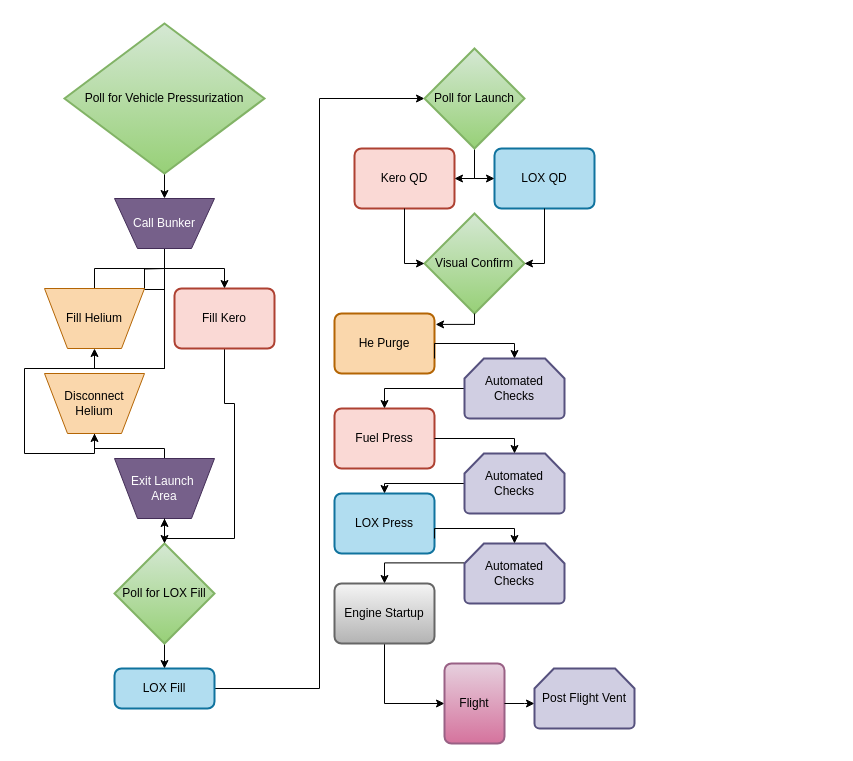
Earlier version of the draw.io diagram P&IDs/Icarus Launch CONOPS.drawio (hamelethan-1/PARSEC-Icarus-Prop-Feed). Source tidied: cells renumbered, new cells numbered last; positions are measured from the earlier drawing's top-left corner, leaving out a move shared by most shapes. Both pictures are drawn from the tidied source at 100%, with x=0, y=0 at pixel (44, 23).
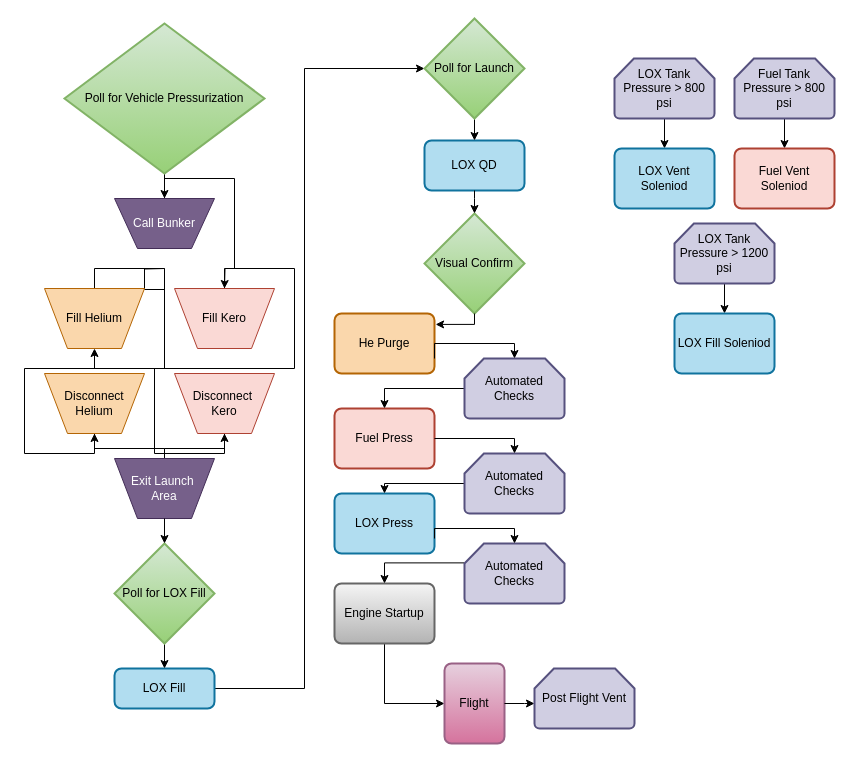
The same page after the edit.

The change refers to these unchanged cells:
```xml
<mxCell id="8" value="LOX Fill" style="rounded=1;whiteSpace=wrap;html=1;absoluteArcSize=1;arcSize=14;strokeWidth=2;fillColor=#b1ddf0;strokeColor=#10739e;" parent="1" vertex="1">
  <mxGeometry x="70" y="645" width="100" height="40" as="geometry" />
</mxCell>
<mxCell id="13" value="Exit Launch&amp;nbsp;&lt;div&gt;Area&lt;/div&gt;" style="verticalLabelPosition=middle;verticalAlign=middle;html=1;shape=trapezoid;perimeter=trapezoidPerimeter;whiteSpace=wrap;size=0.23;arcSize=10;flipV=1;labelPosition=center;align=center;legacyAnchorPoints=0;fillColor=#76608a;fontColor=#ffffff;strokeColor=#432D57;" parent="1" vertex="1">
  <mxGeometry x="70" y="435" width="100" height="60" as="geometry" />
</mxCell>
<mxCell id="26" value="Visual Confirm" style="strokeWidth=2;html=1;shape=mxgraph.flowchart.decision;whiteSpace=wrap;fillColor=#d5e8d4;gradientColor=#97d077;strokeColor=#82b366;" parent="1" vertex="1">
  <mxGeometry x="380" y="190" width="100" height="100" as="geometry" />
</mxCell>
<mxCell id="43" value="Call Bunker" style="verticalLabelPosition=middle;verticalAlign=middle;html=1;shape=trapezoid;perimeter=trapezoidPerimeter;whiteSpace=wrap;size=0.23;arcSize=10;flipV=1;labelPosition=center;align=center;legacyAnchorPoints=0;fillColor=#76608a;fontColor=#ffffff;strokeColor=#432D57;" parent="1" vertex="1">
  <mxGeometry x="70" y="175" width="100" height="50" as="geometry" />
</mxCell>
```

What changed in the source:
```diff
@@
-    <mxCell id="4" style="edgeStyle=orthogonalEdgeStyle;rounded=0;jettySize=auto;html=1;exitX=0.5;exitY=1;exitDx=0;exitDy=0;entryX=0.5;entryY=1;entryDx=0;entryDy=0;defaultLabelBackgroundColor=page;" parent="1" edge="1" source="5" target="13">
-      <mxGeometry relative="1" as="geometry" />
+    <mxCell id="4" style="edgeStyle=orthogonalEdgeStyle;rounded=0;jettySize=auto;html=1;exitX=0.5;exitY=0;exitDx=0;exitDy=0;entryX=0.5;entryY=1;entryDx=0;entryDy=0;defaultLabelBackgroundColor=page;" parent="1" edge="1" source="55" target="13">
+      <mxGeometry relative="1" as="geometry">
+        <Array as="points">
+          <mxPoint x="180" y="425" />
+          <mxPoint x="120" y="425" />
+        </Array>
+      </mxGeometry>
     </mxCell>
-    <mxCell id="5" value="Fill Kero" style="rounded=1;whiteSpace=wrap;html=1;absoluteArcSize=1;arcSize=14;strokeWidth=2;fillColor=#fad9d5;strokeColor=#ae4132;" parent="1" vertex="1">
-      <mxGeometry x="130" y="265" width="100" height="60" as="geometry" />
-    </mxCell>
@@
     <mxCell id="7" style="edgeStyle=orthogonalEdgeStyle;rounded=0;jettySize=auto;html=1;exitX=1;exitY=0.5;exitDx=0;exitDy=0;defaultLabelBackgroundColor=page;entryX=0;entryY=0.5;entryDx=0;entryDy=0;entryPerimeter=0;" parent="1" edge="1" source="8" target="20">
-      <mxGeometry relative="1" as="geometry" />
+      <mxGeometry relative="1" as="geometry">
+        <Array as="points">
+          <mxPoint x="260" y="665" />
+          <mxPoint x="260" y="45" />
+        </Array>
+      </mxGeometry>
     </mxCell>
@@
     <mxCell id="14" value="LOX QD" style="rounded=1;whiteSpace=wrap;html=1;absoluteArcSize=1;arcSize=14;strokeWidth=2;fillColor=#b1ddf0;strokeColor=#10739e;" parent="1" vertex="1">
-      <mxGeometry x="450" y="125" width="100" height="60" as="geometry" />
+      <mxGeometry x="380" y="117" width="100" height="50" as="geometry" />
     </mxCell>
-    <mxCell id="15" value="Kero QD" style="rounded=1;whiteSpace=wrap;html=1;absoluteArcSize=1;arcSize=14;strokeWidth=2;fillColor=#fad9d5;strokeColor=#ae4132;" parent="1" vertex="1">
-      <mxGeometry x="310" y="125" width="100" height="60" as="geometry" />
-    </mxCell>
@@
-    <mxCell id="18" style="edgeStyle=orthogonalEdgeStyle;rounded=0;jettySize=auto;html=1;exitX=0.5;exitY=1;exitDx=0;exitDy=0;exitPerimeter=0;entryX=1;entryY=0.5;entryDx=0;entryDy=0;defaultLabelBackgroundColor=page;" parent="1" edge="1" source="20" target="15">
-      <mxGeometry relative="1" as="geometry">
-        <Array as="points">
-          <mxPoint x="430" y="155" />
-        </Array>
-      </mxGeometry>
-    </mxCell>
-    <mxCell id="19" style="edgeStyle=orthogonalEdgeStyle;rounded=0;jettySize=auto;html=1;entryX=0;entryY=0.5;entryDx=0;entryDy=0;defaultLabelBackgroundColor=page;" parent="1" edge="1" source="20" target="14">
+    <mxCell id="19" style="edgeStyle=orthogonalEdgeStyle;rounded=0;jettySize=auto;html=1;entryX=0.5;entryY=0;entryDx=0;entryDy=0;defaultLabelBackgroundColor=page;" parent="1" edge="1" source="20" target="14">
       <mxGeometry relative="1" as="geometry" />
     </mxCell>
     <mxCell id="20" value="Poll for Launch" style="strokeWidth=2;html=1;shape=mxgraph.flowchart.decision;whiteSpace=wrap;fillColor=#d5e8d4;gradientColor=#97d077;strokeColor=#82b366;" parent="1" vertex="1">
-      <mxGeometry x="380" y="25" width="100" height="100" as="geometry" />
+      <mxGeometry x="380" y="-5" width="100" height="100" as="geometry" />
     </mxCell>
@@
-    <mxCell id="32" style="edgeStyle=orthogonalEdgeStyle;rounded=0;jettySize=auto;html=1;entryX=0;entryY=0.5;entryDx=0;entryDy=0;entryPerimeter=0;defaultLabelBackgroundColor=page;" parent="1" edge="1" source="15" target="26">
-      <mxGeometry relative="1" as="geometry" />
-    </mxCell>
-    <mxCell id="33" style="edgeStyle=orthogonalEdgeStyle;rounded=0;jettySize=auto;html=1;entryX=1;entryY=0.5;entryDx=0;entryDy=0;entryPerimeter=0;defaultLabelBackgroundColor=page;" parent="1" edge="1" source="14" target="26">
-      <mxGeometry relative="1" as="geometry" />
+    <mxCell id="33" style="edgeStyle=orthogonalEdgeStyle;rounded=0;jettySize=auto;html=1;entryX=0.5;entryY=0;entryDx=0;entryDy=0;entryPerimeter=0;defaultLabelBackgroundColor=page;" parent="1" edge="1" source="14" target="26">
+      <mxGeometry x="-0.06" relative="1" as="geometry">
+        <Array as="points">
+          <mxPoint x="430" y="175" />
+          <mxPoint x="430" y="175" />
+        </Array>
+      </mxGeometry>
     </mxCell>
@@
-    <mxCell id="42" style="edgeStyle=orthogonalEdgeStyle;rounded=0;jettySize=auto;html=1;entryX=0.5;entryY=0;entryDx=0;entryDy=0;defaultLabelBackgroundColor=page;" parent="1" edge="1" source="43" target="5">
-      <mxGeometry relative="1" as="geometry" />
+    <mxCell id="42" style="edgeStyle=orthogonalEdgeStyle;rounded=0;jettySize=auto;html=1;entryX=0.5;entryY=0;entryDx=0;entryDy=0;defaultLabelBackgroundColor=page;exitX=0.5;exitY=0;exitDx=0;exitDy=0;" parent="1" edge="1" source="43">
+      <mxGeometry relative="1" as="geometry">
+        <mxPoint x="180" y="265" as="targetPoint" />
+      </mxGeometry>
     </mxCell>
@@
+    <mxCell id="45" style="edgeStyle=orthogonalEdgeStyle;rounded=0;jettySize=auto;html=1;entryX=0.5;entryY=0;entryDx=0;entryDy=0;defaultLabelBackgroundColor=page;" parent="1" edge="1" source="46" target="47">
+      <mxGeometry relative="1" as="geometry" />
+    </mxCell>
+    <mxCell id="46" value="LOX Tank Pressure &amp;gt; 800 psi" style="strokeWidth=2;html=1;shape=mxgraph.flowchart.loop_limit;whiteSpace=wrap;fillColor=#d0cee2;strokeColor=#56517e;" parent="1" vertex="1">
+      <mxGeometry x="570" y="35" width="100" height="60" as="geometry" />
+    </mxCell>
+    <mxCell id="47" value="LOX Vent Soleniod" style="rounded=1;whiteSpace=wrap;html=1;absoluteArcSize=1;arcSize=14;strokeWidth=2;fillColor=#b1ddf0;strokeColor=#10739e;" parent="1" vertex="1">
+      <mxGeometry x="570" y="125" width="100" height="60" as="geometry" />
+    </mxCell>
+    <mxCell id="48" style="edgeStyle=orthogonalEdgeStyle;rounded=0;jettySize=auto;html=1;entryX=0.5;entryY=0;entryDx=0;entryDy=0;defaultLabelBackgroundColor=page;" parent="1" edge="1" source="49" target="50">
+      <mxGeometry relative="1" as="geometry" />
+    </mxCell>
+    <mxCell id="49" value="Fuel Tank Pressure &amp;gt; 800 psi" style="strokeWidth=2;html=1;shape=mxgraph.flowchart.loop_limit;whiteSpace=wrap;fillColor=#d0cee2;strokeColor=#56517e;" parent="1" vertex="1">
+      <mxGeometry x="690" y="35" width="100" height="60" as="geometry" />
+    </mxCell>
+    <mxCell id="50" value="Fuel Vent Soleniod" style="rounded=1;whiteSpace=wrap;html=1;absoluteArcSize=1;arcSize=14;strokeWidth=2;fillColor=#fad9d5;strokeColor=#ae4132;" parent="1" vertex="1">
+      <mxGeometry x="690" y="125" width="100" height="60" as="geometry" />
+    </mxCell>
+    <mxCell id="51" style="edgeStyle=orthogonalEdgeStyle;rounded=0;jettySize=auto;html=1;entryX=0.5;entryY=0;entryDx=0;entryDy=0;defaultLabelBackgroundColor=page;" parent="1" edge="1" source="52" target="53">
+      <mxGeometry relative="1" as="geometry" />
+    </mxCell>
+    <mxCell id="52" value="LOX Tank Pressure &amp;gt; 1200 psi" style="strokeWidth=2;html=1;shape=mxgraph.flowchart.loop_limit;whiteSpace=wrap;fillColor=#d0cee2;strokeColor=#56517e;" parent="1" vertex="1">
+      <mxGeometry x="630" y="200" width="100" height="60" as="geometry" />
+    </mxCell>
+    <mxCell id="53" value="LOX Fill Soleniod" style="rounded=1;whiteSpace=wrap;html=1;absoluteArcSize=1;arcSize=14;strokeWidth=2;fillColor=#b1ddf0;strokeColor=#10739e;" parent="1" vertex="1">
+      <mxGeometry x="630" y="290" width="100" height="60" as="geometry" />
+    </mxCell>
+    <mxCell id="54" style="edgeStyle=orthogonalEdgeStyle;rounded=0;jettySize=auto;html=1;exitX=0.5;exitY=0;exitDx=0;exitDy=0;entryX=0.5;entryY=1;entryDx=0;entryDy=0;defaultLabelBackgroundColor=page;" parent="1" edge="1" source="5" target="55">
+      <mxGeometry relative="1" as="geometry" />
+    </mxCell>
+    <mxCell id="5" value="Fill Kero" style="verticalLabelPosition=middle;verticalAlign=middle;html=1;shape=trapezoid;perimeter=trapezoidPerimeter;whiteSpace=wrap;size=0.23;arcSize=10;flipV=1;labelPosition=center;align=center;legacyAnchorPoints=0;fillColor=#fad9d5;strokeColor=#ae4132;" parent="1" vertex="1">
+      <mxGeometry x="130" y="265" width="100" height="60" as="geometry" />
+    </mxCell>
+    <mxCell id="55" value="Disconnect&amp;nbsp;&lt;div&gt;Kero&lt;/div&gt;" style="verticalLabelPosition=middle;verticalAlign=middle;html=1;shape=trapezoid;perimeter=trapezoidPerimeter;whiteSpace=wrap;size=0.23;arcSize=10;flipV=1;labelPosition=center;align=center;legacyAnchorPoints=0;fillColor=#fad9d5;strokeColor=#ae4132;" parent="1" vertex="1">
+      <mxGeometry x="130" y="350" width="100" height="60" as="geometry" />
+    </mxCell>
```
